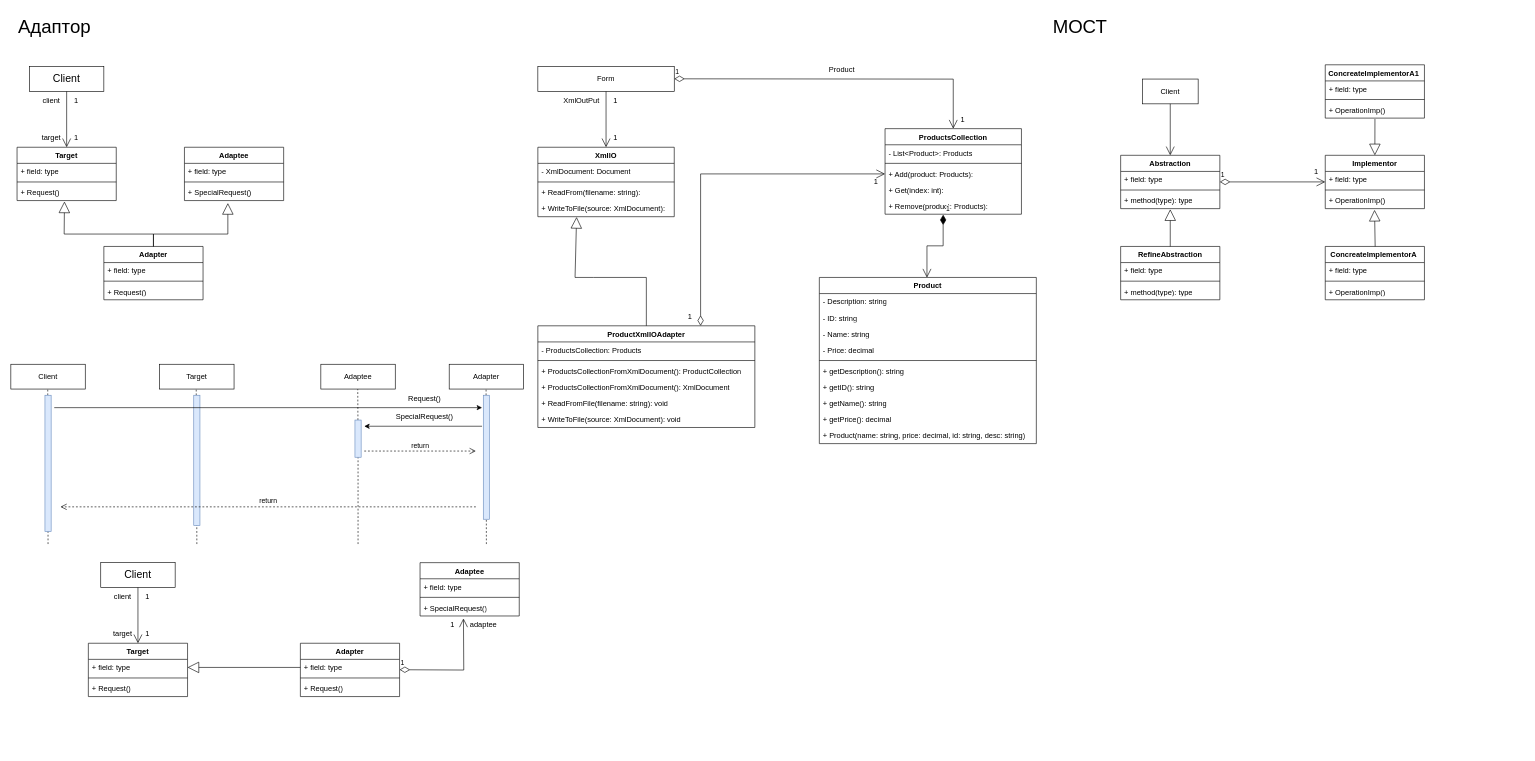
VyugaSW/Diagram-Practic-11.04.2023 keeps this draw.io diagram as Practic.drawio. Above is the earlier version. Source tidied: cells renumbered, new cells numbered last; positions are measured from the earlier drawing's top-left corner, leaving out a move shared by most shapes. Both pictures are drawn from the tidied source at 62%, with x=0, y=0 at pixel (11, 11).
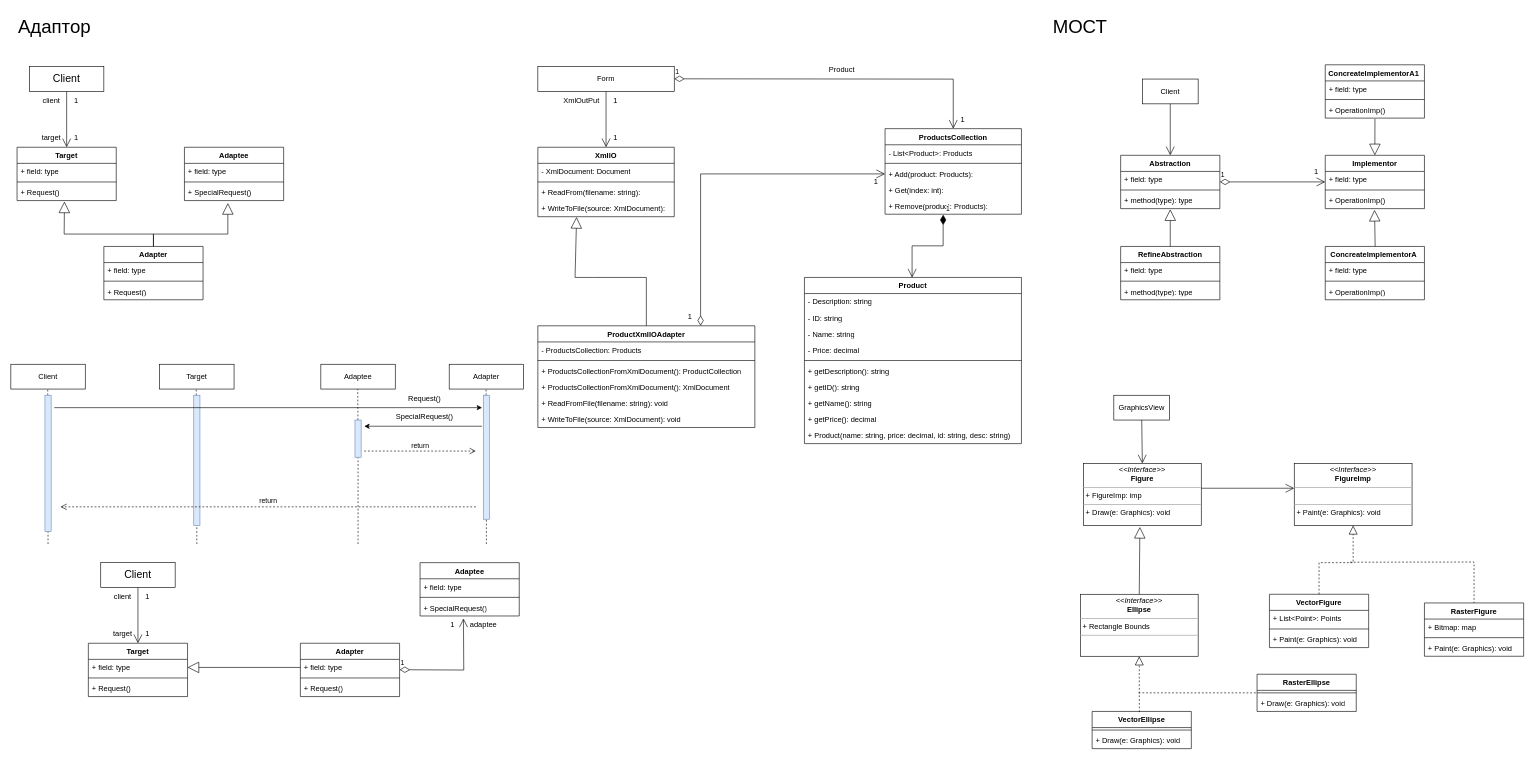
Above is the later version.

Diff of the diagram source:
```diff
@@
     <mxCell id="83" value="Product" style="swimlane;fontStyle=1;align=center;verticalAlign=top;horizontal=1;startSize=26;whiteSpace=wrap;html=1;" parent="1" vertex="1">
-      <mxGeometry x="1304" y="430" width="350" height="268" as="geometry" />
+      <mxGeometry x="1280" y="430" width="350" height="268" as="geometry" />
     </mxCell>
@@
+    <mxCell id="134" value="GraphicsView" style="rounded=0;whiteSpace=wrap;html=1;fontSize=12;" parent="1" vertex="1">
+      <mxGeometry x="1779" y="620" width="90" height="40" as="geometry" />
+    </mxCell>
+    <mxCell id="135" value="&lt;p style=&quot;margin:0px;margin-top:4px;text-align:center;&quot;&gt;&lt;i&gt;&amp;lt;&amp;lt;Interface&amp;gt;&amp;gt;&lt;/i&gt;&lt;br&gt;&lt;b&gt;Figure&lt;/b&gt;&lt;/p&gt;&lt;hr size=&quot;1&quot;&gt;&lt;p style=&quot;margin:0px;margin-left:4px;&quot;&gt;+ FigureImp: imp&lt;br&gt;&lt;/p&gt;&lt;hr size=&quot;1&quot;&gt;&lt;p style=&quot;margin:0px;margin-left:4px;&quot;&gt;+ Draw(e: Graphics): void&lt;/p&gt;" style="verticalAlign=top;align=left;overflow=fill;fontSize=12;fontFamily=Helvetica;html=1;whiteSpace=wrap;" parent="1" vertex="1">
+      <mxGeometry x="1730" y="730" width="190" height="100" as="geometry" />
+    </mxCell>
+    <mxCell id="136" value="&lt;p style=&quot;margin:0px;margin-top:4px;text-align:center;&quot;&gt;&lt;i&gt;&amp;lt;&amp;lt;Interface&amp;gt;&amp;gt;&lt;/i&gt;&lt;br&gt;&lt;b&gt;FigureImp&lt;/b&gt;&lt;/p&gt;&lt;hr size=&quot;1&quot;&gt;&lt;p style=&quot;margin:0px;margin-left:4px;&quot;&gt;&lt;br&gt;&lt;/p&gt;&lt;hr size=&quot;1&quot;&gt;&lt;p style=&quot;margin:0px;margin-left:4px;&quot;&gt;+ Paint(e: Graphics): void&lt;/p&gt;" style="verticalAlign=top;align=left;overflow=fill;fontSize=12;fontFamily=Helvetica;html=1;whiteSpace=wrap;" parent="1" vertex="1">
+      <mxGeometry x="2070" y="730" width="190" height="100" as="geometry" />
+    </mxCell>
+    <mxCell id="137" value="VectorFigure" style="swimlane;fontStyle=1;align=center;verticalAlign=top;horizontal=1;startSize=26;whiteSpace=wrap;html=1;" parent="1" vertex="1">
+      <mxGeometry x="2030" y="941" width="160" height="86" as="geometry" />
+    </mxCell>
+    <mxCell id="138" value="+ List&amp;lt;Point&amp;gt;: Points" style="text;strokeColor=none;fillColor=none;align=left;verticalAlign=top;spacingLeft=4;spacingRight=4;overflow=hidden;whiteSpace=wrap;html=1;" parent="137" vertex="1">
+      <mxGeometry y="26" width="160" height="26" as="geometry" />
+    </mxCell>
+    <mxCell id="139" style="line;strokeWidth=1;fillColor=none;align=left;verticalAlign=middle;spacingTop=-1;spacingLeft=3;spacingRight=3;labelPosition=right;strokeColor=inherit;" parent="137" vertex="1">
+      <mxGeometry y="52" width="160" height="8" as="geometry" />
+    </mxCell>
+    <mxCell id="140" value="+ Paint(e: Graphics): void" style="text;strokeColor=none;fillColor=none;align=left;verticalAlign=top;spacingLeft=4;spacingRight=4;overflow=hidden;whiteSpace=wrap;html=1;" parent="137" vertex="1">
+      <mxGeometry y="60" width="160" height="26" as="geometry" />
+    </mxCell>
+    <mxCell id="141" value="RasterFigure" style="swimlane;fontStyle=1;align=center;verticalAlign=top;horizontal=1;startSize=26;whiteSpace=wrap;html=1;" parent="1" vertex="1">
+      <mxGeometry x="2280" y="955" width="160" height="86" as="geometry" />
+    </mxCell>
+    <mxCell id="142" value="+ Bitmap: map" style="text;strokeColor=none;fillColor=none;align=left;verticalAlign=top;spacingLeft=4;spacingRight=4;overflow=hidden;whiteSpace=wrap;html=1;" parent="141" vertex="1">
+      <mxGeometry y="26" width="160" height="26" as="geometry" />
+    </mxCell>
+    <mxCell id="143" style="line;strokeWidth=1;fillColor=none;align=left;verticalAlign=middle;spacingTop=-1;spacingLeft=3;spacingRight=3;labelPosition=right;strokeColor=inherit;" parent="141" vertex="1">
+      <mxGeometry y="52" width="160" height="8" as="geometry" />
+    </mxCell>
+    <mxCell id="144" value="+ Paint(e: Graphics): void" style="text;strokeColor=none;fillColor=none;align=left;verticalAlign=top;spacingLeft=4;spacingRight=4;overflow=hidden;whiteSpace=wrap;html=1;" parent="141" vertex="1">
+      <mxGeometry y="60" width="160" height="26" as="geometry" />
+    </mxCell>
+    <mxCell id="145" value="VectorEllipse" style="swimlane;fontStyle=1;align=center;verticalAlign=top;horizontal=1;startSize=26;whiteSpace=wrap;html=1;" parent="1" vertex="1">
+      <mxGeometry x="1744" y="1130" width="160" height="60" as="geometry" />
+    </mxCell>
+    <mxCell id="146" style="line;strokeWidth=1;fillColor=none;align=left;verticalAlign=middle;spacingTop=-1;spacingLeft=3;spacingRight=3;labelPosition=right;strokeColor=inherit;" parent="145" vertex="1">
+      <mxGeometry y="26" width="160" height="8" as="geometry" />
+    </mxCell>
+    <mxCell id="147" value="+ Draw(e: Graphics): void" style="text;strokeColor=none;fillColor=none;align=left;verticalAlign=top;spacingLeft=4;spacingRight=4;overflow=hidden;whiteSpace=wrap;html=1;" parent="145" vertex="1">
+      <mxGeometry y="34" width="160" height="26" as="geometry" />
+    </mxCell>
+    <mxCell id="148" value="RasterEllipse" style="swimlane;fontStyle=1;align=center;verticalAlign=top;horizontal=1;startSize=26;whiteSpace=wrap;html=1;" parent="1" vertex="1">
+      <mxGeometry x="2010" y="1070" width="160" height="60" as="geometry" />
+    </mxCell>
+    <mxCell id="149" style="line;strokeWidth=1;fillColor=none;align=left;verticalAlign=middle;spacingTop=-1;spacingLeft=3;spacingRight=3;labelPosition=right;strokeColor=inherit;" parent="148" vertex="1">
+      <mxGeometry y="26" width="160" height="8" as="geometry" />
+    </mxCell>
+    <mxCell id="150" value="+ Draw(e: Graphics): void" style="text;strokeColor=none;fillColor=none;align=left;verticalAlign=top;spacingLeft=4;spacingRight=4;overflow=hidden;whiteSpace=wrap;html=1;" parent="148" vertex="1">
+      <mxGeometry y="34" width="160" height="26" as="geometry" />
+    </mxCell>
+    <mxCell id="151" style="endArrow=open;endFill=1;endSize=12;html=1;rounded=0;exitX=0.5;exitY=1;exitDx=0;exitDy=0;entryX=0.5;entryY=0;entryDx=0;entryDy=0;" parent="1" edge="1" source="134" target="135">
+      <mxGeometry relative="1" as="geometry" />
+    </mxCell>
+    <mxCell id="152" style="endArrow=open;endFill=1;endSize=12;html=1;rounded=0;" parent="1" edge="1">
+      <mxGeometry relative="1" as="geometry">
+        <mxPoint x="1920" y="770" as="sourcePoint" />
+        <mxPoint x="2070" y="770" as="targetPoint" />
+      </mxGeometry>
+    </mxCell>
+    <mxCell id="153" value="&lt;p style=&quot;margin:0px;margin-top:4px;text-align:center;&quot;&gt;&lt;i&gt;&amp;lt;&amp;lt;Interface&amp;gt;&amp;gt;&lt;/i&gt;&lt;br&gt;&lt;b&gt;Ellipse&lt;/b&gt;&lt;/p&gt;&lt;hr size=&quot;1&quot;&gt;&lt;p style=&quot;margin:0px;margin-left:4px;&quot;&gt;+ Rectangle Bounds&lt;/p&gt;&lt;hr size=&quot;1&quot;&gt;&lt;p style=&quot;margin:0px;margin-left:4px;&quot;&gt;&lt;br&gt;&lt;/p&gt;" style="verticalAlign=top;align=left;overflow=fill;fontSize=12;fontFamily=Helvetica;html=1;whiteSpace=wrap;" parent="1" vertex="1">
+      <mxGeometry x="1725" y="941" width="190" height="100" as="geometry" />
+    </mxCell>
+    <mxCell id="154" style="endArrow=block;endSize=16;endFill=0;html=1;rounded=0;entryX=0.479;entryY=1.024;entryDx=0;entryDy=0;entryPerimeter=0;" parent="1" edge="1" target="135">
+      <mxGeometry relative="1" as="geometry">
+        <mxPoint x="1820" y="941" as="sourcePoint" />
+      </mxGeometry>
+    </mxCell>
+    <mxCell id="155" style="endArrow=block;dashed=1;endFill=0;endSize=12;html=1;rounded=0;entryX=0.5;entryY=1;entryDx=0;entryDy=0;exitX=0.476;exitY=0.017;exitDx=0;exitDy=0;exitPerimeter=0;" parent="1" edge="1" source="145" target="153">
+      <mxGeometry relative="1" as="geometry" />
+    </mxCell>
+    <mxCell id="156" style="endArrow=none;dashed=1;html=1;rounded=0;entryX=0;entryY=0.5;entryDx=0;entryDy=0;" parent="1" edge="1" target="148">
+      <mxGeometry relative="1" as="geometry">
+        <mxPoint x="1819" y="1100" as="sourcePoint" />
+      </mxGeometry>
+    </mxCell>
+    <mxCell id="157" style="endArrow=block;dashed=1;endFill=0;endSize=12;html=1;rounded=0;entryX=0.5;entryY=1;entryDx=0;entryDy=0;exitX=0.5;exitY=0;exitDx=0;exitDy=0;" parent="1" edge="1" source="137" target="136">
+      <mxGeometry relative="1" as="geometry">
+        <Array as="points">
+          <mxPoint x="2110" y="890" />
+          <mxPoint x="2165" y="890" />
+        </Array>
+      </mxGeometry>
+    </mxCell>
+    <mxCell id="158" style="endArrow=none;dashed=1;html=1;rounded=0;entryX=0.5;entryY=0;entryDx=0;entryDy=0;" parent="1" edge="1" target="141">
+      <mxGeometry relative="1" as="geometry">
+        <mxPoint x="2160" y="889.3" as="sourcePoint" />
+        <Array as="points">
+          <mxPoint x="2360" y="889" />
+        </Array>
+      </mxGeometry>
+    </mxCell>
```
